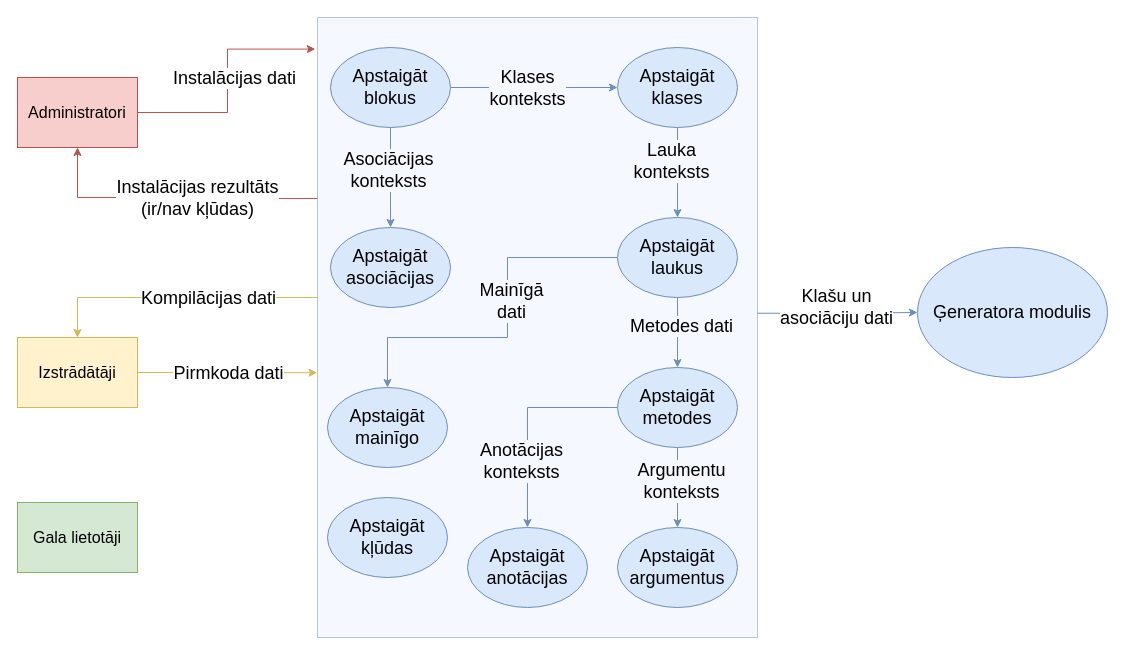
The draw.io diagram page "Kompilatora modulis" (5 of 8) of src/Kvalifikacijas darbs/arhitektura.drawio in artiks12/webAppOS, before the edit. Source tidied: cells renumbered, new cells numbered last; positions are measured from the earlier drawing's top-left corner, leaving out a move shared by most shapes. Both pictures are drawn from the tidied source at 100%, with x=0, y=0 at pixel (17, 17).
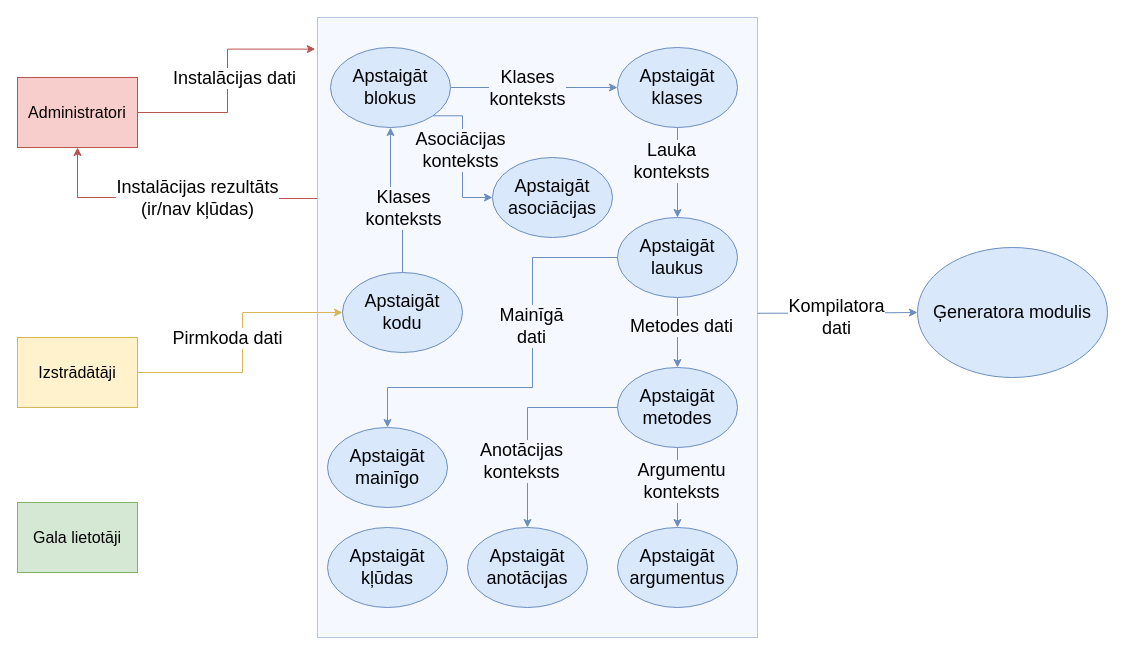
Above is the later version.

Unchanged cells that the change refers to:
```xml
<mxCell id="3" style="rounded=0;whiteSpace=wrap;html=1;dashed=1;dashPattern=1 1;fillColor=#F5F8FF;strokeColor=#6c8ebf;" parent="1" vertex="1">
  <mxGeometry x="300" width="440" height="620" as="geometry" />
</mxCell>
<mxCell id="14" value="&lt;font style=&quot;font-size: 18px&quot;&gt;Apstaigāt laukus&lt;/font&gt;" style="ellipse;whiteSpace=wrap;html=1;fillColor=#dae8fc;strokeColor=#6c8ebf;" parent="1" vertex="1">
  <mxGeometry x="600" y="200" width="120" height="80" as="geometry" />
</mxCell>
<mxCell id="21" value="&lt;font size=&quot;3&quot;&gt;Izstrādātāji&lt;/font&gt;" style="rounded=0;whiteSpace=wrap;html=1;fillColor=#fff2cc;strokeColor=#d6b656;" parent="1" vertex="1">
  <mxGeometry y="320" width="120" height="70" as="geometry" />
</mxCell>
<mxCell id="31" value="&lt;font style=&quot;font-size: 18px&quot;&gt;Apstaigāt blokus&lt;br&gt;&lt;/font&gt;" style="ellipse;whiteSpace=wrap;html=1;fillColor=#dae8fc;strokeColor=#6c8ebf;" parent="1" vertex="1">
  <mxGeometry x="313" y="30" width="120" height="80" as="geometry" />
</mxCell>
```

Diff of the diagram source:
```diff
@@
     <mxCell id="6" value="&lt;font style=&quot;font-size: 18px&quot;&gt;Apstaigāt mainīgo&lt;br&gt;&lt;/font&gt;" style="ellipse;whiteSpace=wrap;html=1;fillColor=#dae8fc;strokeColor=#6c8ebf;" parent="1" vertex="1">
-      <mxGeometry x="310" y="370" width="120" height="80" as="geometry" />
+      <mxGeometry x="310" y="410" width="120" height="80" as="geometry" />
     </mxCell>
@@
     <mxCell id="11" value="&lt;font style=&quot;font-size: 18px&quot;&gt;Apstaigāt asociācijas&lt;br&gt;&lt;/font&gt;" style="ellipse;whiteSpace=wrap;html=1;fillColor=#dae8fc;strokeColor=#6c8ebf;" parent="1" vertex="1">
-      <mxGeometry x="313" y="210" width="120" height="80" as="geometry" />
+      <mxGeometry x="475" y="140" width="120" height="80" as="geometry" />
     </mxCell>
     <mxCell id="12" style="edgeStyle=orthogonalEdgeStyle;rounded=0;jettySize=auto;html=1;entryX=0.5;entryY=0;entryDx=0;entryDy=0;fillColor=#dae8fc;strokeColor=#6c8ebf;" parent="1" edge="1" source="14" target="6">
       <mxGeometry relative="1" as="geometry">
         <Array as="points">
-          <mxPoint x="490" y="240" />
-          <mxPoint x="490" y="320" />
-          <mxPoint x="370" y="320" />
+          <mxPoint x="515" y="240" />
+          <mxPoint x="515" y="370" />
+          <mxPoint x="370" y="370" />
         </Array>
       </mxGeometry>
     </mxCell>
@@
-    <mxCell id="17" style="edgeStyle=orthogonalEdgeStyle;rounded=0;jettySize=auto;html=1;fillColor=#fff2cc;strokeColor=#d6b656;entryX=-0.001;entryY=0.573;entryDx=0;entryDy=0;entryPerimeter=0;" parent="1" edge="1" source="21" target="3">
-      <mxGeometry relative="1" as="geometry" />
+    <mxCell id="17" style="edgeStyle=orthogonalEdgeStyle;rounded=0;jettySize=auto;html=1;fillColor=#fff2cc;strokeColor=#d6b656;entryX=0;entryY=0.5;entryDx=0;entryDy=0;" parent="1" edge="1" source="21" target="41">
+      <mxGeometry relative="1" as="geometry">
+        <Array as="points">
+          <mxPoint x="225" y="355" />
+          <mxPoint x="225" y="295" />
+        </Array>
+      </mxGeometry>
     </mxCell>
     <mxCell id="18" value="&lt;font style=&quot;font-size: 18px&quot;&gt;Pirmkoda dati&lt;/font&gt;" style="edgeLabel;html=1;align=center;verticalAlign=middle;" parent="17" vertex="1">
       <mxGeometry x="-0.25" y="2" relative="1" as="geometry">
-        <mxPoint x="23" y="2" as="offset" />
+        <mxPoint x="-10" y="-33" as="offset" />
       </mxGeometry>
     </mxCell>
-    <mxCell id="19" style="edgeStyle=orthogonalEdgeStyle;rounded=0;jettySize=auto;html=1;entryX=0.5;entryY=0;entryDx=0;entryDy=0;fillColor=#fff2cc;strokeColor=#d6b656;" parent="1" edge="1" source="3" target="21">
-      <mxGeometry relative="1" as="geometry">
-        <Array as="points">
-          <mxPoint x="60" y="280" />
-        </Array>
-      </mxGeometry>
-    </mxCell>
-    <mxCell id="20" value="&lt;font style=&quot;font-size: 18px&quot;&gt;Kompilācijas dati&lt;/font&gt;" style="edgeLabel;html=1;align=center;verticalAlign=middle;" parent="19" vertex="1">
-      <mxGeometry x="0.02" relative="1" as="geometry">
-        <mxPoint x="33" as="offset" />
-      </mxGeometry>
-    </mxCell>
@@
-    <mxCell id="27" value="&lt;span style=&quot;font-size: 18px&quot;&gt;Klašu un &lt;br&gt;asociāciju dati&lt;/span&gt;" style="edgeLabel;html=1;align=center;verticalAlign=middle;labelBackgroundColor=default;" parent="1" vertex="1">
-      <mxGeometry x="825" y="300" as="geometry">
+    <mxCell id="27" value="&lt;span style=&quot;font-size: 18px&quot;&gt;Kompilatora &lt;br&gt;dati&lt;/span&gt;" style="edgeLabel;html=1;align=center;verticalAlign=middle;labelBackgroundColor=default;" parent="1" vertex="1">
+      <mxGeometry x="825" y="310" as="geometry">
         <mxPoint x="-7" y="-11" as="offset" />
       </mxGeometry>
     </mxCell>
@@
-    <mxCell id="30" style="edgeStyle=orthogonalEdgeStyle;rounded=0;jettySize=auto;html=1;fillColor=#dae8fc;strokeColor=#6c8ebf;" parent="1" edge="1" source="31" target="11">
-      <mxGeometry relative="1" as="geometry" />
+    <mxCell id="30" style="edgeStyle=orthogonalEdgeStyle;rounded=0;jettySize=auto;html=1;fillColor=#dae8fc;strokeColor=#6c8ebf;exitX=1;exitY=1;exitDx=0;exitDy=0;" parent="1" edge="1" source="31" target="11">
+      <mxGeometry relative="1" as="geometry">
+        <Array as="points">
+          <mxPoint x="445" y="98" />
+          <mxPoint x="445" y="180" />
+        </Array>
+      </mxGeometry>
     </mxCell>
@@
     <mxCell id="33" value="&lt;font style=&quot;font-size: 18px&quot;&gt;Apstaigāt kļūdas&lt;/font&gt;" style="ellipse;whiteSpace=wrap;html=1;fillColor=#dae8fc;strokeColor=#6c8ebf;" parent="1" vertex="1">
-      <mxGeometry x="310" y="480" width="120" height="80" as="geometry" />
+      <mxGeometry x="310" y="510" width="120" height="80" as="geometry" />
     </mxCell>
     <mxCell id="34" value="&lt;font style=&quot;font-size: 18px&quot;&gt;Asociācijas&lt;br&gt;konteksts&lt;/font&gt;" style="edgeLabel;html=1;align=center;verticalAlign=middle;labelBackgroundColor=#F5F8FF;" parent="1" vertex="1">
-      <mxGeometry x="373" y="140" as="geometry">
+      <mxGeometry x="445" y="120" as="geometry">
         <mxPoint x="-3" y="12" as="offset" />
       </mxGeometry>
     </mxCell>
@@
     <mxCell id="36" value="&lt;font style=&quot;font-size: 18px&quot;&gt;Mainīgā &lt;br&gt;dati&lt;br&gt;&lt;/font&gt;" style="edgeLabel;html=1;align=center;verticalAlign=middle;labelBackgroundColor=#F5F8FF;" parent="1" vertex="1">
-      <mxGeometry x="500" y="270" as="geometry">
+      <mxGeometry x="520" y="295" as="geometry">
         <mxPoint x="-7" y="13" as="offset" />
       </mxGeometry>
     </mxCell>
@@
+    <mxCell id="40" style="edgeStyle=orthogonalEdgeStyle;rounded=0;jettySize=auto;html=1;entryX=0.5;entryY=1;entryDx=0;entryDy=0;fillColor=#dae8fc;strokeColor=#6c8ebf;" parent="1" edge="1" source="41" target="31">
+      <mxGeometry relative="1" as="geometry" />
+    </mxCell>
+    <mxCell id="41" value="&lt;font style=&quot;font-size: 18px&quot;&gt;Apstaigāt&lt;br&gt;kodu&lt;br&gt;&lt;/font&gt;" style="ellipse;whiteSpace=wrap;html=1;fillColor=#dae8fc;strokeColor=#6c8ebf;" parent="1" vertex="1">
+      <mxGeometry x="325" y="255" width="120" height="80" as="geometry" />
+    </mxCell>
+    <mxCell id="42" value="&lt;font style=&quot;font-size: 18px&quot;&gt;Klases &lt;br&gt;konteksts&lt;/font&gt;" style="edgeLabel;html=1;align=center;verticalAlign=middle;labelBackgroundColor=#F5F8FF;" parent="1" vertex="1">
+      <mxGeometry x="385" y="190" as="geometry" />
+    </mxCell>
```
